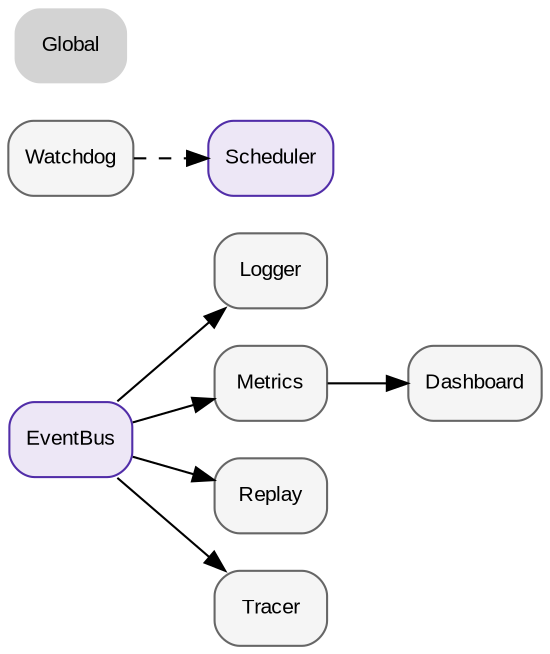
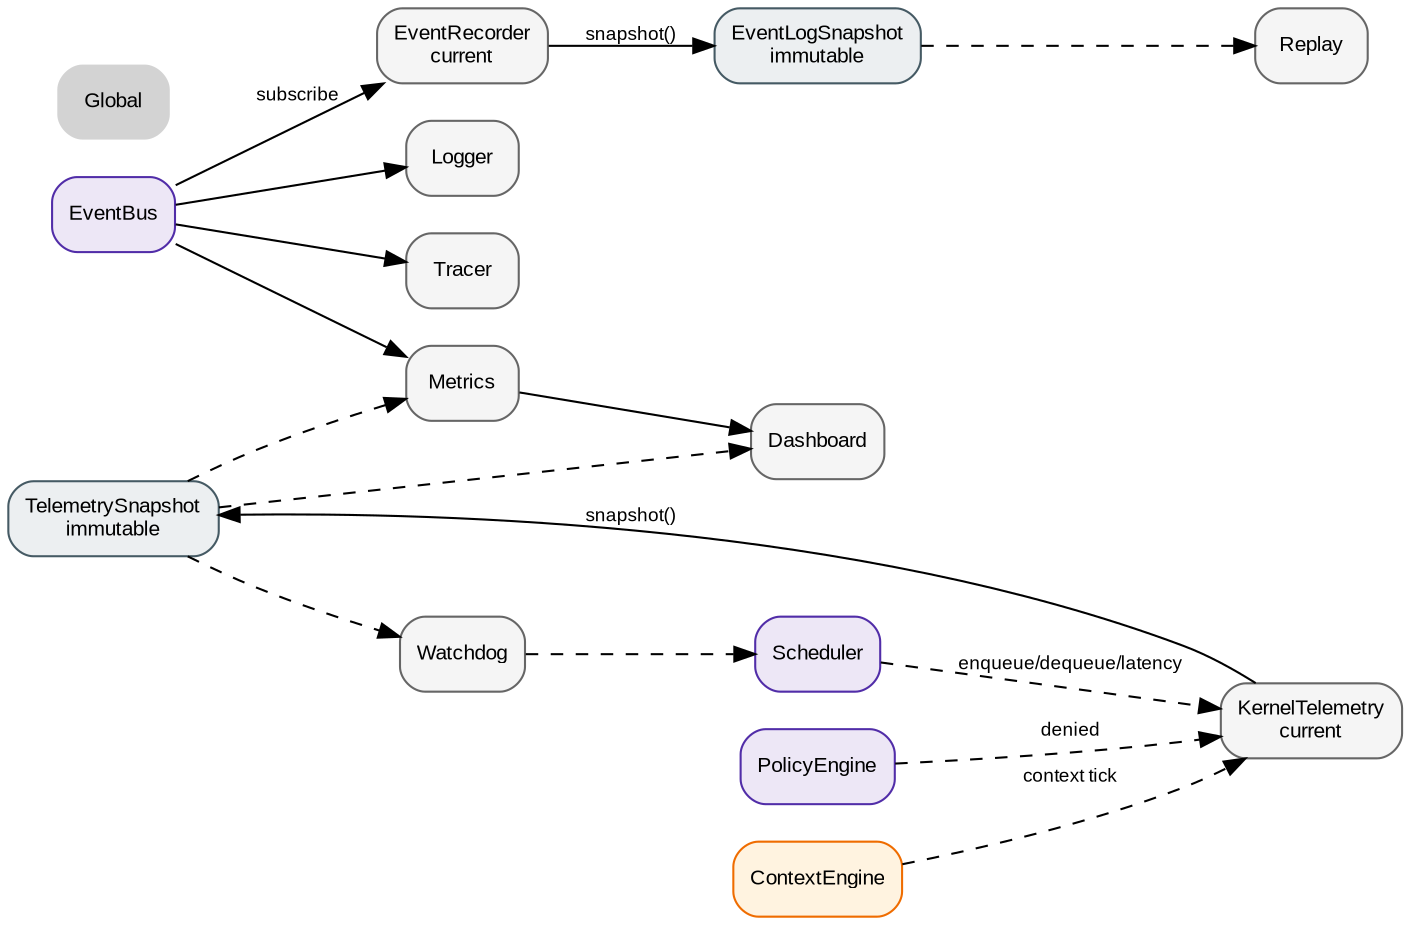
digraph Observability {
    rankdir=LR;
    node [shape=box, style="rounded,filled", fontname="Arial", fontsize=10];
    edge [fontname="Arial", fontsize=9];

+     // ROADMAP_NOTE[phase1_8]:
+     // KernelTelemetry mesure les invariants kernel.
+     // EventRecorder observe l'EventBus et produit un EventLogSnapshot.
+     // Les deux restent passifs : aucune commande, aucune publication métier.
+ 
    EventBus [fillcolor="#ede7f6", color="#512da8", URL="../scheduler/10_scheduler.svg"];
+     Scheduler [fillcolor="#ede7f6", color="#512da8", URL="../scheduler/10_scheduler.svg"];
+     PolicyEngine [fillcolor="#ede7f6", color="#512da8", URL="../scheduler/10_scheduler.svg"];
+     ContextEngine [fillcolor="#fff3e0", color="#ef6c00", URL="../context/20_context.svg"];
+     KernelTelemetry [label="KernelTelemetry
+ current", fillcolor="#f5f5f5", color="#666666"];
+     EventRecorder [label="EventRecorder
+ current", fillcolor="#f5f5f5", color="#666666"];
+     EventLog [label="EventLogSnapshot
+ immutable", fillcolor="#eceff1", color="#455a64"];
+     Snapshot [label="TelemetrySnapshot
+ immutable", fillcolor="#eceff1", color="#455a64"];
    Logger [fillcolor="#f5f5f5", color="#666666"];
    Metrics [fillcolor="#f5f5f5", color="#666666"];
    Replay [fillcolor="#f5f5f5", color="#666666"];
    Dashboard [fillcolor="#f5f5f5", color="#666666"];
    Watchdog [fillcolor="#f5f5f5", color="#666666"];
    Tracer [fillcolor="#f5f5f5", color="#666666"];

+     Scheduler -> KernelTelemetry [style=dashed, label="enqueue/dequeue/latency"];
+     PolicyEngine -> KernelTelemetry [style=dashed, label="denied"];
+     ContextEngine -> KernelTelemetry [style=dashed, label="context tick"];
+     KernelTelemetry -> Snapshot [label="snapshot()"];
+     Snapshot -> Metrics [style=dashed];
+     Snapshot -> Dashboard [style=dashed];
+     Snapshot -> Watchdog [style=dashed];
+ 
    EventBus -> Logger;
    EventBus -> Metrics;
-     EventBus -> Replay;
+     EventBus -> EventRecorder [label="subscribe"];
+     EventRecorder -> EventLog [label="snapshot()"];
+     EventLog -> Replay [style=dashed];
    Metrics -> Dashboard;
    EventBus -> Tracer;
    Watchdog -> Scheduler [style=dashed];

-     Scheduler [fillcolor="#ede7f6", color="#512da8", URL="../scheduler/10_scheduler.svg"];
    Nav_Global [label="Global", shape=plaintext, URL="../00_global.svg"];
}
